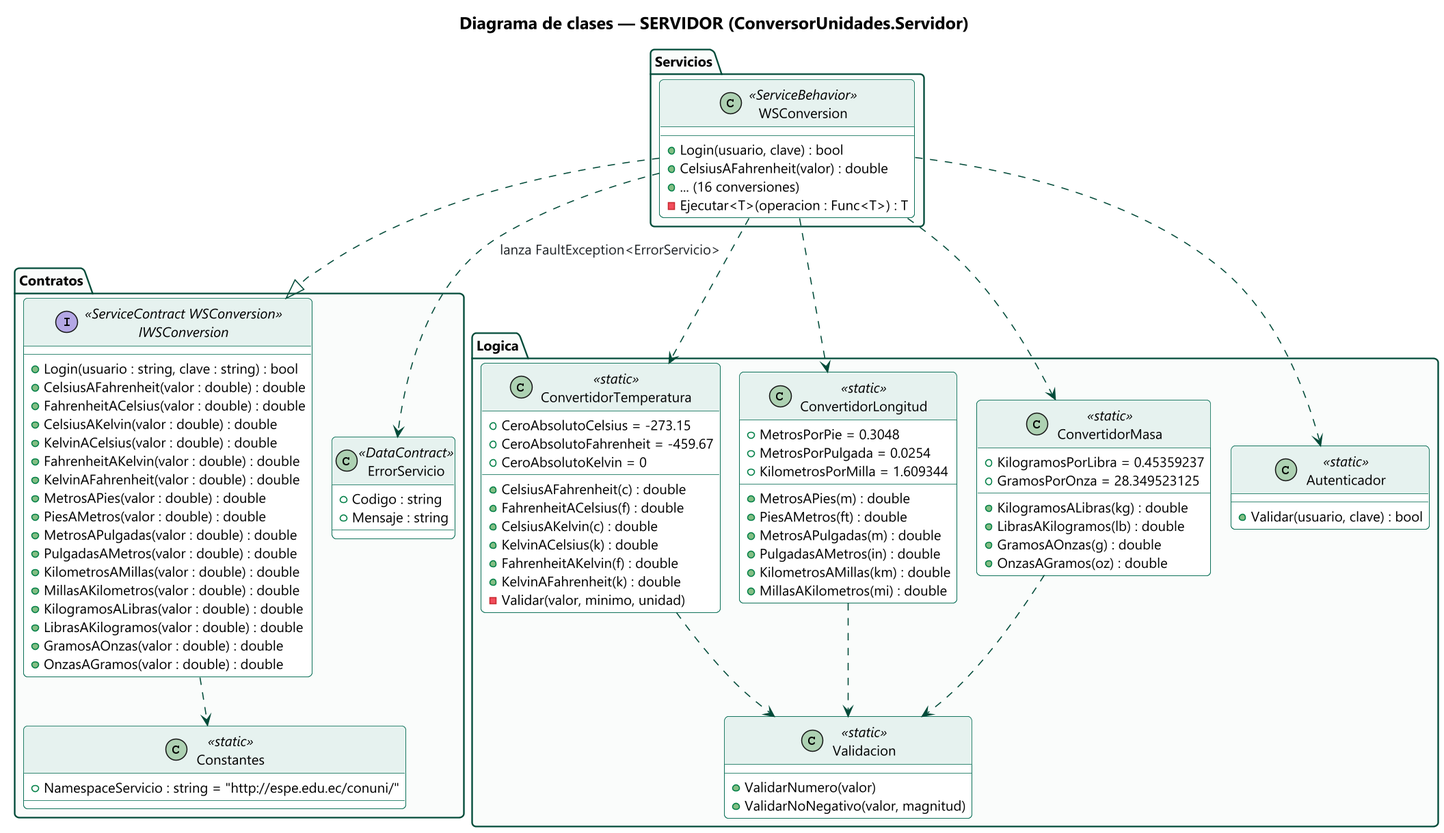
The PlantUML diagram 01. UML/03. DIAGRAMAS/04_CLASES/DC_Servidor.png in jsmasapanta/TI.1.2-PAO202651_SOAP_DOTNET_SINBDD_NRC36884_GR01, before a commit.
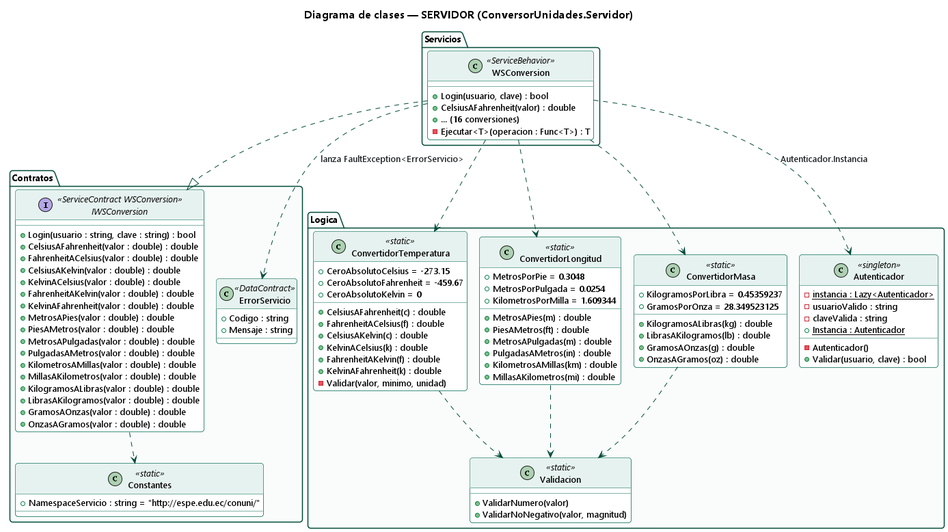
After the change.

What changed in the source:
```diff
@@ -1,5 +1,4 @@
 @startuml DC_Servidor
-skinparamlocked dpi 150
 !include ../_estilo.iuml
 title Diagrama de clases — SERVIDOR (ConversorUnidades.Servidor)
 
@@ -77,7 +76,12 @@
     + ValidarNumero(valor)
     + ValidarNoNegativo(valor, magnitud)
   }
-  class Autenticador <<static>> {
+  class Autenticador <<singleton>> {
+    - {static} instancia : Lazy<Autenticador>
+    - usuarioValido : string
+    - claveValida : string
+    + {static} Instancia : Autenticador
+    - Autenticador()
     + Validar(usuario, clave) : bool
   }
 }
@@ -87,7 +91,7 @@
 WSConversion ..> ConvertidorTemperatura
 WSConversion ..> ConvertidorLongitud
 WSConversion ..> ConvertidorMasa
-WSConversion ..> Autenticador
+WSConversion ..> Autenticador : Autenticador.Instancia
 ConvertidorTemperatura ..> Validacion
 ConvertidorLongitud ..> Validacion
 ConvertidorMasa ..> Validacion
```
